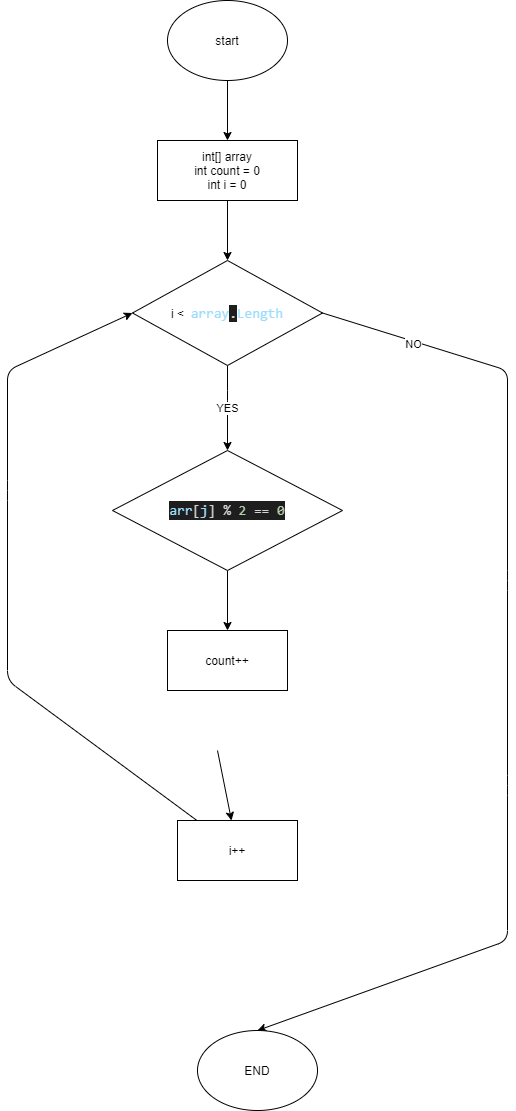
The draw.io diagram CountEvenNumbers.drawio.png in IrekNurtdinov/TestWork, before a commit. Source tidied: cells renumbered, new cells last; positions are measured from the earlier drawing's top-left corner, leaving out a move shared by most shapes. Source of this version:
```xml
<mxGraphModel>
  <root>
    <mxCell id="0" />
    <mxCell id="1" parent="0" />
    <mxCell id="2" style="edgeStyle=none;html=1;" parent="1" edge="1" source="3" target="5">
      <mxGeometry relative="1" as="geometry" />
    </mxCell>
    <mxCell id="3" value="start" style="ellipse;whiteSpace=wrap;html=1;" parent="1" vertex="1">
      <mxGeometry x="160" width="120" height="80" as="geometry" />
    </mxCell>
    <mxCell id="4" style="edgeStyle=none;html=1;" parent="1" edge="1" source="5" target="9">
      <mxGeometry relative="1" as="geometry" />
    </mxCell>
    <mxCell id="5" value="int[] array&lt;br&gt;int count = 0&lt;br&gt;int i = 0" style="whiteSpace=wrap;html=1;" parent="1" vertex="1">
      <mxGeometry x="150" y="140" width="140" height="60" as="geometry" />
    </mxCell>
    <mxCell id="6" value="YES" style="edgeStyle=none;html=1;entryX=0.5;entryY=0;entryDx=0;entryDy=0;" parent="1" edge="1" source="9" target="15">
      <mxGeometry relative="1" as="geometry">
        <Array as="points">
          <mxPoint x="220" y="400" />
        </Array>
      </mxGeometry>
    </mxCell>
    <mxCell id="7" style="edgeStyle=none;html=1;entryX=0.5;entryY=0;entryDx=0;entryDy=0;exitX=1;exitY=0.5;exitDx=0;exitDy=0;" parent="1" edge="1" source="9" target="13">
      <mxGeometry relative="1" as="geometry">
        <Array as="points">
          <mxPoint x="500" y="370" />
          <mxPoint x="500" y="580" />
          <mxPoint x="500" y="785" />
          <mxPoint x="500" y="940" />
        </Array>
      </mxGeometry>
    </mxCell>
    <mxCell id="8" value="NO" style="edgeLabel;html=1;align=center;verticalAlign=middle;" parent="7" vertex="1">
      <mxGeometry x="-0.81" y="-3" relative="1" as="geometry" />
    </mxCell>
    <mxCell id="9" value="i &amp;lt;&amp;nbsp;&amp;nbsp;&lt;span style=&quot;font-family: &amp;#34;consolas&amp;#34; , &amp;#34;courier new&amp;#34; , monospace ; font-size: 14px ; color: rgb(156 , 220 , 254)&quot;&gt;array&lt;/span&gt;&lt;span style=&quot;background-color: rgb(30 , 30 , 30) ; color: rgb(212 , 212 , 212) ; font-family: &amp;#34;consolas&amp;#34; , &amp;#34;courier new&amp;#34; , monospace ; font-size: 14px&quot;&gt;.&lt;/span&gt;&lt;span style=&quot;font-family: &amp;#34;consolas&amp;#34; , &amp;#34;courier new&amp;#34; , monospace ; font-size: 14px ; color: rgb(156 , 220 , 254)&quot;&gt;Length&lt;/span&gt;" style="rhombus;whiteSpace=wrap;html=1;" parent="1" vertex="1">
      <mxGeometry x="125" y="260" width="190" height="105" as="geometry" />
    </mxCell>
    <mxCell id="10" style="edgeStyle=none;html=1;" parent="1" edge="1" target="12">
      <mxGeometry relative="1" as="geometry">
        <mxPoint x="210" y="750" as="sourcePoint" />
      </mxGeometry>
    </mxCell>
    <mxCell id="11" style="edgeStyle=none;html=1;entryX=0;entryY=0.5;entryDx=0;entryDy=0;" parent="1" edge="1" source="12" target="9">
      <mxGeometry relative="1" as="geometry">
        <Array as="points">
          <mxPoint y="680" />
          <mxPoint y="490" />
          <mxPoint y="370" />
        </Array>
      </mxGeometry>
    </mxCell>
    <mxCell id="12" value="i++" style="whiteSpace=wrap;html=1;" parent="1" vertex="1">
      <mxGeometry x="170" y="820" width="120" height="60" as="geometry" />
    </mxCell>
    <mxCell id="13" value="END" style="ellipse;whiteSpace=wrap;html=1;" parent="1" vertex="1">
      <mxGeometry x="190" y="1030" width="120" height="80" as="geometry" />
    </mxCell>
    <mxCell id="14" style="edgeStyle=none;html=1;" parent="1" edge="1" source="15" target="16">
      <mxGeometry relative="1" as="geometry" />
    </mxCell>
    <mxCell id="15" value="&lt;div style=&quot;color: rgb(212 , 212 , 212) ; background-color: rgb(30 , 30 , 30) ; font-family: &amp;#34;consolas&amp;#34; , &amp;#34;courier new&amp;#34; , monospace ; font-size: 14px ; line-height: 19px&quot;&gt;&lt;span style=&quot;color: #9cdcfe&quot;&gt;arr&lt;/span&gt;[&lt;span style=&quot;color: #9cdcfe&quot;&gt;j&lt;/span&gt;] % &lt;span style=&quot;color: #b5cea8&quot;&gt;2&lt;/span&gt; == &lt;span style=&quot;color: #b5cea8&quot;&gt;0&lt;/span&gt;&lt;/div&gt;" style="rhombus;whiteSpace=wrap;html=1;" parent="1" vertex="1">
      <mxGeometry x="105" y="450" width="230" height="120" as="geometry" />
    </mxCell>
    <mxCell id="16" value="count++" style="whiteSpace=wrap;html=1;" parent="1" vertex="1">
      <mxGeometry x="160" y="630" width="120" height="60" as="geometry" />
    </mxCell>
  </root>
</mxGraphModel>
```
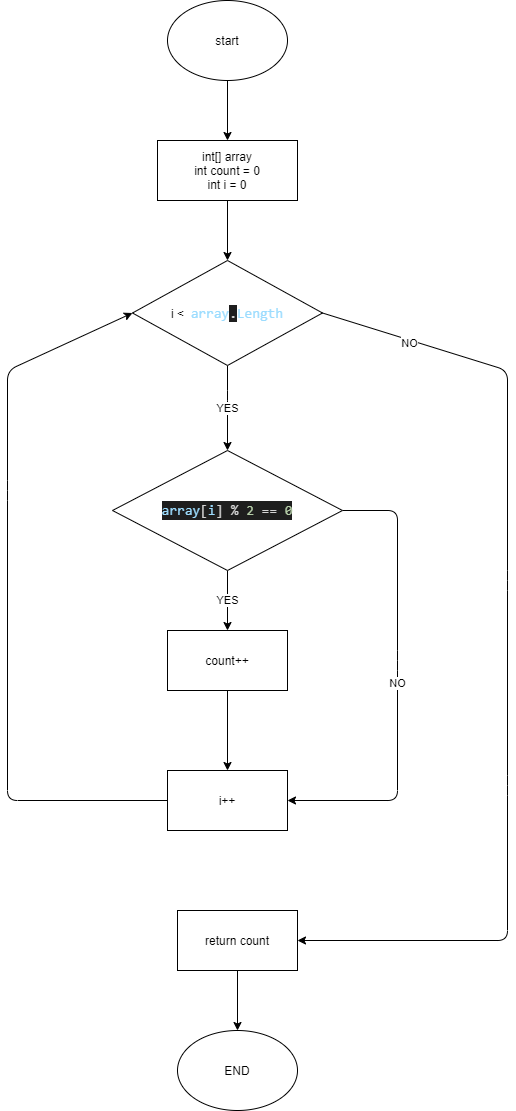
Later version of the same file.

Commit message:
EvenNumbersFromArray method's algorithm added

The edit, as a diff of the source:
```diff
@@ -21,7 +21,7 @@
         </Array>
       </mxGeometry>
     </mxCell>
-    <mxCell id="7" style="edgeStyle=none;html=1;entryX=0.5;entryY=0;entryDx=0;entryDy=0;exitX=1;exitY=0.5;exitDx=0;exitDy=0;" parent="1" edge="1" source="9" target="13">
+    <mxCell id="7" style="edgeStyle=none;html=1;exitX=1;exitY=0.5;exitDx=0;exitDy=0;entryX=1;entryY=0.5;entryDx=0;entryDy=0;" parent="1" edge="1" source="9" target="19">
       <mxGeometry relative="1" as="geometry">
         <Array as="points">
           <mxPoint x="500" y="370" />
@@ -37,34 +37,47 @@
     <mxCell id="9" value="i &amp;lt;&amp;nbsp;&amp;nbsp;&lt;span style=&quot;font-family: &amp;#34;consolas&amp;#34; , &amp;#34;courier new&amp;#34; , monospace ; font-size: 14px ; color: rgb(156 , 220 , 254)&quot;&gt;array&lt;/span&gt;&lt;span style=&quot;background-color: rgb(30 , 30 , 30) ; color: rgb(212 , 212 , 212) ; font-family: &amp;#34;consolas&amp;#34; , &amp;#34;courier new&amp;#34; , monospace ; font-size: 14px&quot;&gt;.&lt;/span&gt;&lt;span style=&quot;font-family: &amp;#34;consolas&amp;#34; , &amp;#34;courier new&amp;#34; , monospace ; font-size: 14px ; color: rgb(156 , 220 , 254)&quot;&gt;Length&lt;/span&gt;" style="rhombus;whiteSpace=wrap;html=1;" parent="1" vertex="1">
       <mxGeometry x="125" y="260" width="190" height="105" as="geometry" />
     </mxCell>
-    <mxCell id="10" style="edgeStyle=none;html=1;" parent="1" edge="1" target="12">
-      <mxGeometry relative="1" as="geometry">
-        <mxPoint x="210" y="750" as="sourcePoint" />
-      </mxGeometry>
+    <mxCell id="10" style="edgeStyle=none;html=1;exitX=0.5;exitY=1;exitDx=0;exitDy=0;" parent="1" edge="1" source="16" target="12">
+      <mxGeometry relative="1" as="geometry" />
     </mxCell>
-    <mxCell id="11" style="edgeStyle=none;html=1;entryX=0;entryY=0.5;entryDx=0;entryDy=0;" parent="1" edge="1" source="12" target="9">
+    <mxCell id="11" style="edgeStyle=none;html=1;entryX=0;entryY=0.5;entryDx=0;entryDy=0;exitX=0;exitY=0.5;exitDx=0;exitDy=0;" parent="1" edge="1" source="12" target="9">
       <mxGeometry relative="1" as="geometry">
         <Array as="points">
-          <mxPoint y="680" />
+          <mxPoint y="800" />
           <mxPoint y="490" />
           <mxPoint y="370" />
         </Array>
       </mxGeometry>
     </mxCell>
     <mxCell id="12" value="i++" style="whiteSpace=wrap;html=1;" parent="1" vertex="1">
-      <mxGeometry x="170" y="820" width="120" height="60" as="geometry" />
+      <mxGeometry x="160" y="770" width="120" height="60" as="geometry" />
     </mxCell>
     <mxCell id="13" value="END" style="ellipse;whiteSpace=wrap;html=1;" parent="1" vertex="1">
-      <mxGeometry x="190" y="1030" width="120" height="80" as="geometry" />
+      <mxGeometry x="170" y="1030" width="120" height="80" as="geometry" />
     </mxCell>
-    <mxCell id="14" style="edgeStyle=none;html=1;" parent="1" edge="1" source="15" target="16">
+    <mxCell id="14" value="YES" style="edgeStyle=none;html=1;" parent="1" edge="1" source="15" target="16">
       <mxGeometry relative="1" as="geometry" />
     </mxCell>
+    <mxCell id="17" value="NO" style="edgeStyle=none;html=1;entryX=1;entryY=0.5;entryDx=0;entryDy=0;exitX=1;exitY=0.5;exitDx=0;exitDy=0;" parent="1" edge="1" source="15" target="12">
+      <mxGeometry relative="1" as="geometry">
+        <Array as="points">
+          <mxPoint x="390" y="510" />
+          <mxPoint x="390" y="660" />
+          <mxPoint x="390" y="800" />
+        </Array>
+      </mxGeometry>
+    </mxCell>
-    <mxCell id="15" value="&lt;div style=&quot;color: rgb(212 , 212 , 212) ; background-color: rgb(30 , 30 , 30) ; font-family: &amp;#34;consolas&amp;#34; , &amp;#34;courier new&amp;#34; , monospace ; font-size: 14px ; line-height: 19px&quot;&gt;&lt;span style=&quot;color: #9cdcfe&quot;&gt;arr&lt;/span&gt;[&lt;span style=&quot;color: #9cdcfe&quot;&gt;j&lt;/span&gt;] % &lt;span style=&quot;color: #b5cea8&quot;&gt;2&lt;/span&gt; == &lt;span style=&quot;color: #b5cea8&quot;&gt;0&lt;/span&gt;&lt;/div&gt;" style="rhombus;whiteSpace=wrap;html=1;" parent="1" vertex="1">
+    <mxCell id="15" value="&lt;div style=&quot;background-color: rgb(30 , 30 , 30) ; font-family: &amp;#34;consolas&amp;#34; , &amp;#34;courier new&amp;#34; , monospace ; font-size: 14px ; line-height: 19px&quot;&gt;&lt;span style=&quot;color: rgb(212 , 212 , 212)&quot;&gt;&lt;span style=&quot;color: #9cdcfe&quot;&gt;array&lt;/span&gt;[&lt;/span&gt;&lt;font color=&quot;#9cdcfe&quot;&gt;i&lt;/font&gt;&lt;font color=&quot;#d4d4d4&quot;&gt;] % &lt;/font&gt;&lt;span style=&quot;color: rgb(181 , 206 , 168)&quot;&gt;2&lt;/span&gt;&lt;font color=&quot;#d4d4d4&quot;&gt; == &lt;/font&gt;&lt;span style=&quot;color: rgb(181 , 206 , 168)&quot;&gt;0&lt;/span&gt;&lt;/div&gt;" style="rhombus;whiteSpace=wrap;html=1;" parent="1" vertex="1">
       <mxGeometry x="105" y="450" width="230" height="120" as="geometry" />
     </mxCell>
     <mxCell id="16" value="count++" style="whiteSpace=wrap;html=1;" parent="1" vertex="1">
       <mxGeometry x="160" y="630" width="120" height="60" as="geometry" />
     </mxCell>
+    <mxCell id="18" style="edgeStyle=none;html=1;" parent="1" edge="1" source="19" target="13">
+      <mxGeometry relative="1" as="geometry" />
+    </mxCell>
+    <mxCell id="19" value="return count" style="rounded=0;whiteSpace=wrap;html=1;" parent="1" vertex="1">
+      <mxGeometry x="170" y="910" width="120" height="60" as="geometry" />
+    </mxCell>
   </root>
 </mxGraphModel>
```
